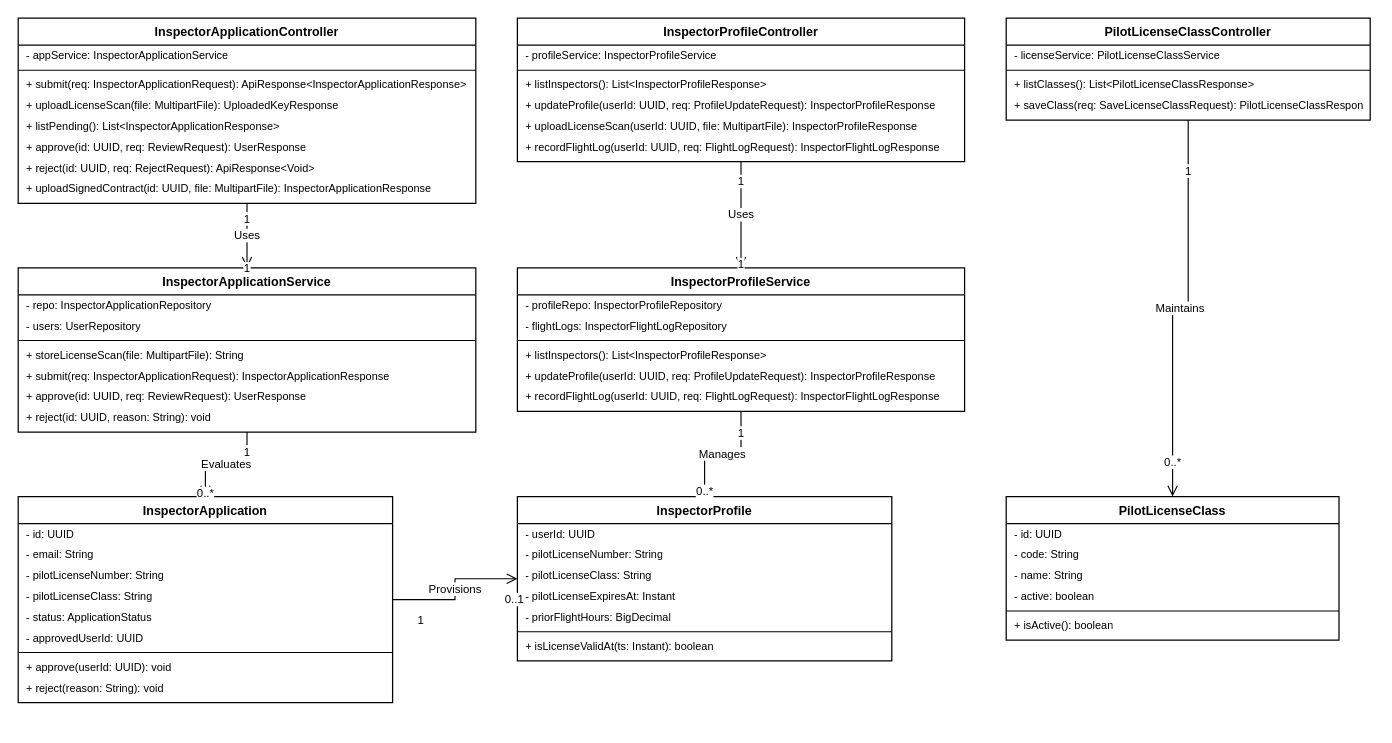
tungbach12/SmartDroneInspection-Docs keeps this draw.io diagram as page "FE-02 - Partner Inspector Onboarding" (2 of 9) of diagrams/smartdrone-class-diagrams.drawio. Above is the earlier version. Source tidied: cells renumbered, new cells numbered last; positions are measured from the earlier drawing's top-left corner, leaving out a move shared by most shapes. Both pictures are drawn from the tidied source at 104%, with x=0, y=0 at pixel (18, 18).
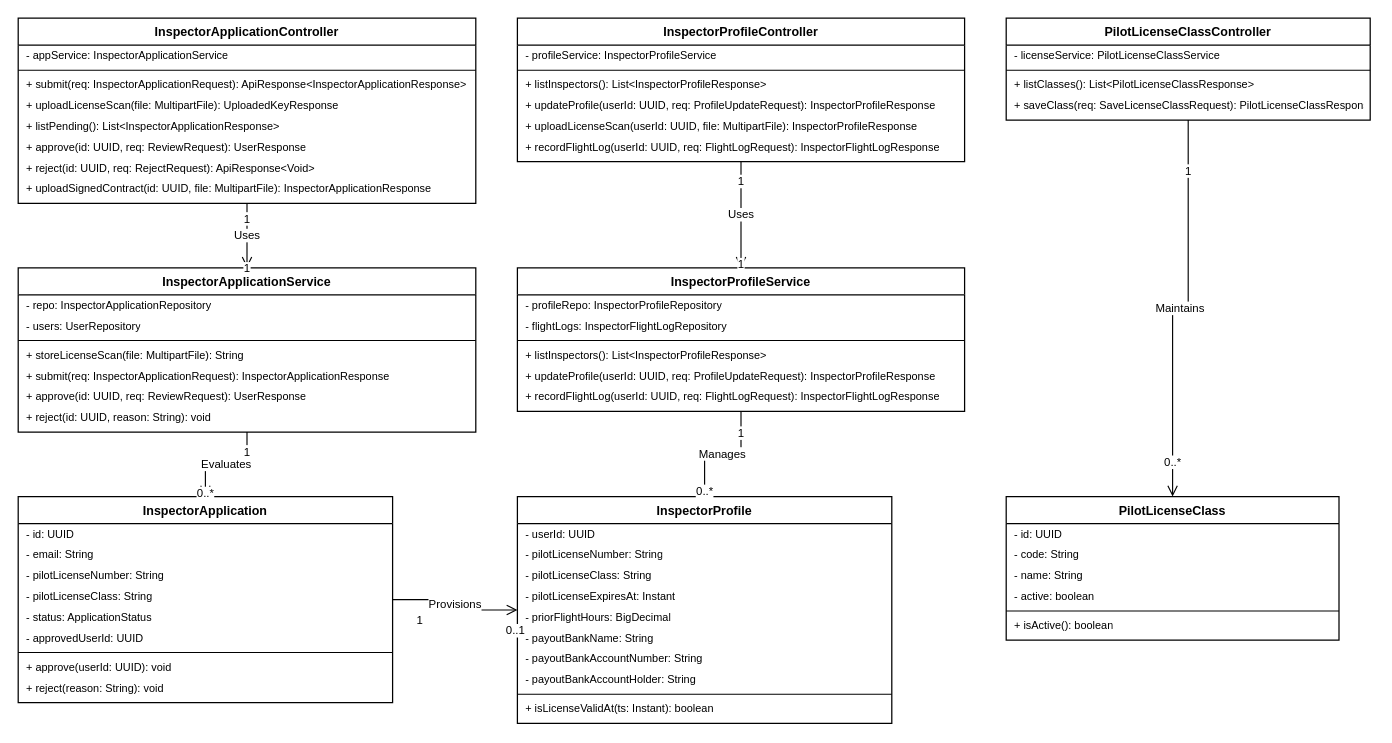
The same diagram, later.

What changed in the source:
```diff
@@
     <mxCell id="48" value="InspectorProfile" style="swimlane;fontStyle=1;align=center;verticalAlign=top;horizontal=1;startSize=26;whiteSpace=wrap;html=1;fillColor=#ffffff;swimlaneFillColor=#ffffff;strokeColor=#000000;strokeWidth=1.2;fontColor=#000000;fontFamily=Helvetica;fontSize=12;" parent="1" vertex="1">
-      <mxGeometry x="480" y="460" width="360" height="158" as="geometry" />
+      <mxGeometry x="480" y="460" width="360" height="218" as="geometry" />
     </mxCell>
@@
+    <mxCell id="81" value="- payoutBankName: String" style="text;strokeColor=none;fillColor=none;align=left;verticalAlign=middle;spacingLeft=6;spacingRight=6;overflow=hidden;html=1;fontColor=#000000;fontStyle=0;fontFamily=Helvetica;fontSize=10.5;" parent="48" vertex="1">
+      <mxGeometry y="126" width="360" height="20" as="geometry" />
+    </mxCell>
+    <mxCell id="82" value="- payoutBankAccountNumber: String" style="text;strokeColor=none;fillColor=none;align=left;verticalAlign=middle;spacingLeft=6;spacingRight=6;overflow=hidden;html=1;fontColor=#000000;fontStyle=0;fontFamily=Helvetica;fontSize=10.5;" parent="48" vertex="1">
+      <mxGeometry y="146" width="360" height="20" as="geometry" />
+    </mxCell>
+    <mxCell id="83" value="- payoutBankAccountHolder: String" style="text;strokeColor=none;fillColor=none;align=left;verticalAlign=middle;spacingLeft=6;spacingRight=6;overflow=hidden;html=1;fontColor=#000000;fontStyle=0;fontFamily=Helvetica;fontSize=10.5;" parent="48" vertex="1">
+      <mxGeometry y="166" width="360" height="20" as="geometry" />
+    </mxCell>
     <mxCell id="54" style="line;strokeWidth=1;fillColor=none;align=left;verticalAlign=middle;spacingTop=-1;spacingLeft=0;spacingRight=0;labelPosition=right;strokeColor=#000000;" parent="48" vertex="1">
-      <mxGeometry y="126" width="360" height="8" as="geometry" />
+      <mxGeometry y="186" width="360" height="8" as="geometry" />
     </mxCell>
     <mxCell id="55" value="+ isLicenseValidAt(ts: Instant): boolean" style="text;strokeColor=none;fillColor=none;align=left;verticalAlign=middle;spacingLeft=6;spacingRight=6;overflow=hidden;html=1;fontColor=#000000;fontStyle=0;fontFamily=Helvetica;fontSize=10.5;" parent="48" vertex="1">
-      <mxGeometry y="134" width="360" height="20" as="geometry" />
+      <mxGeometry y="194" width="360" height="20" as="geometry" />
     </mxCell>
```
